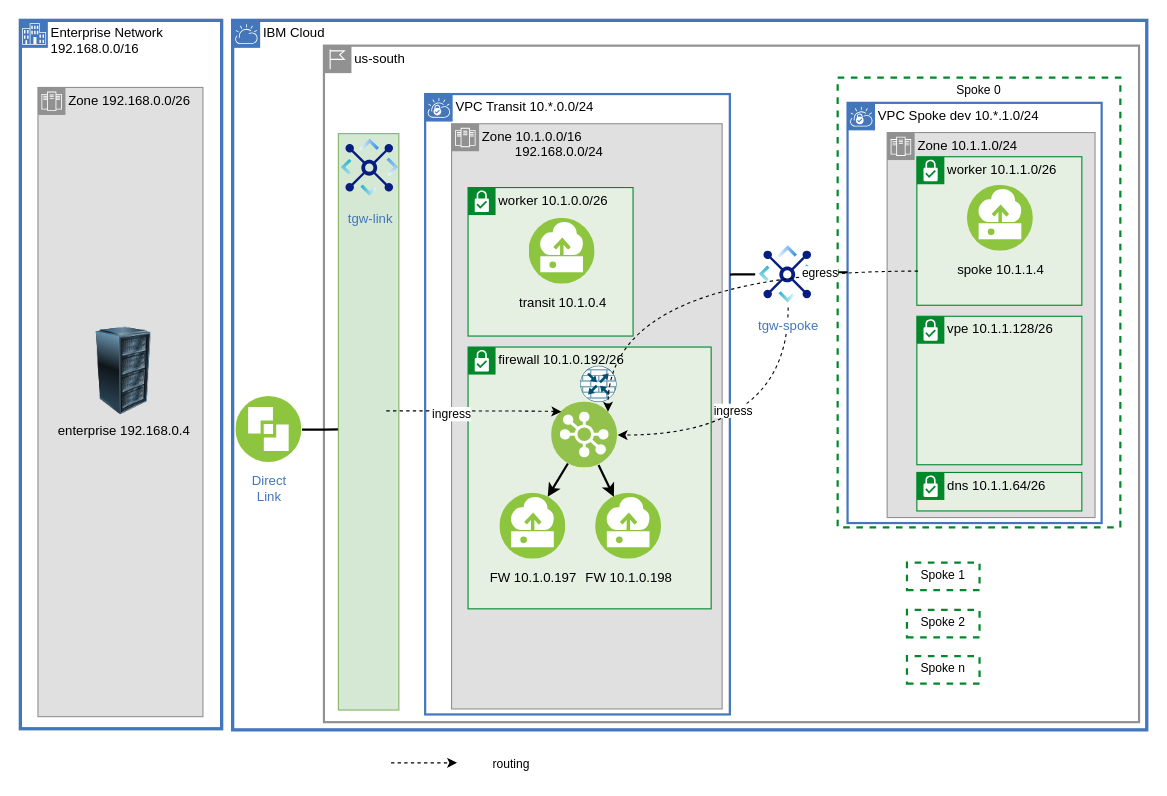
The draw.io diagram page "ha-firewall" (10 of 15) of diagrams/vpc-transit.drawio in ibm-cloud-docs/solution-tutorials, before the edit. Source tidied: cells renumbered, new cells numbered last; positions are measured from the earlier drawing's top-left corner, leaving out a move shared by most shapes. Both pictures are drawn from the tidied source at 110%, with x=0, y=0 at pixel (20, 20).
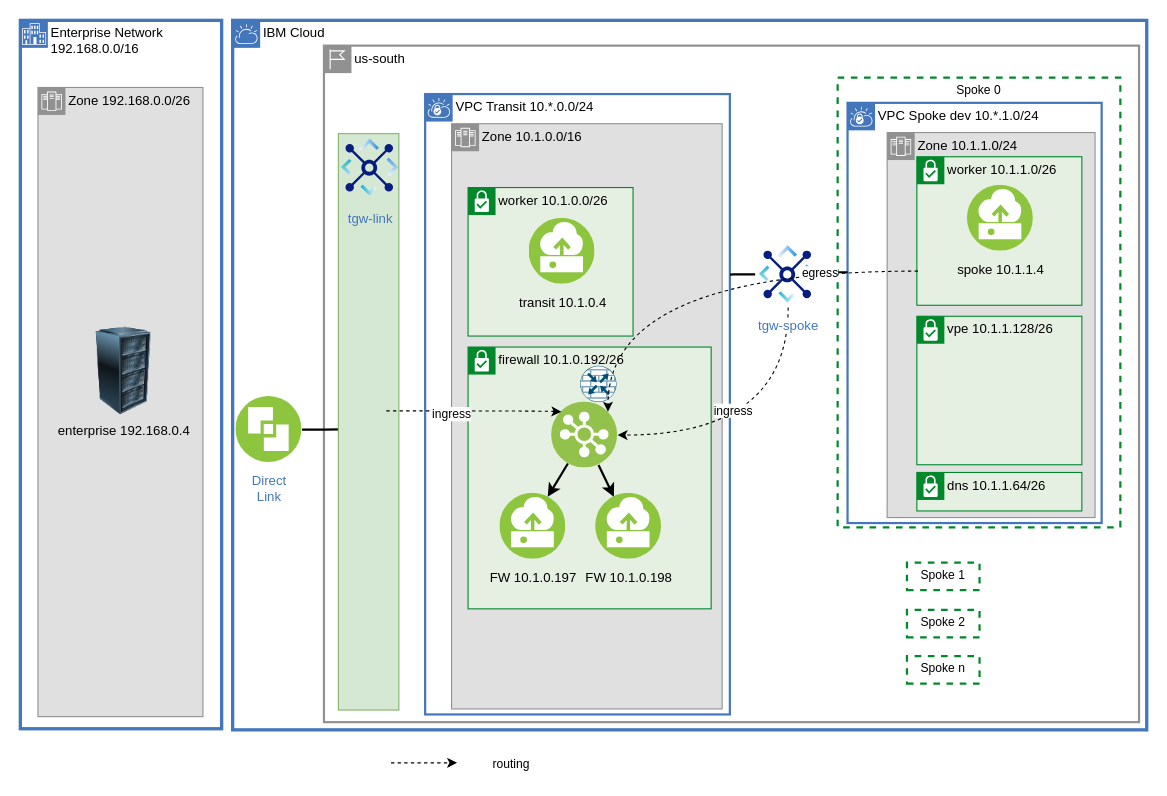
Above is the later version.

Diff of the diagram source:
```diff
@@
-    <mxCell id="9" value="Zone 10.1.0.0/16&lt;br&gt;&amp;nbsp; &amp;nbsp; &amp;nbsp; &amp;nbsp; &amp;nbsp;192.168.0.0/24" style="shape=mxgraph.ibm.box;prType=zone;fontStyle=0;verticalAlign=top;align=left;spacingLeft=32;spacingTop=4;fillColor=#E0E0E0;rounded=0;whiteSpace=wrap;html=1;strokeColor=#919191;strokeWidth=1;dashed=0;spacing=-4;" parent="1" vertex="1">
+    <mxCell id="9" value="Zone 10.1.0.0/16" style="shape=mxgraph.ibm.box;prType=zone;fontStyle=0;verticalAlign=top;align=left;spacingLeft=32;spacingTop=4;fillColor=#E0E0E0;rounded=0;whiteSpace=wrap;html=1;strokeColor=#919191;strokeWidth=1;dashed=0;spacing=-4;" parent="1" vertex="1">
       <mxGeometry x="392" y="94" width="246" height="532" as="geometry" />
     </mxCell>
```
